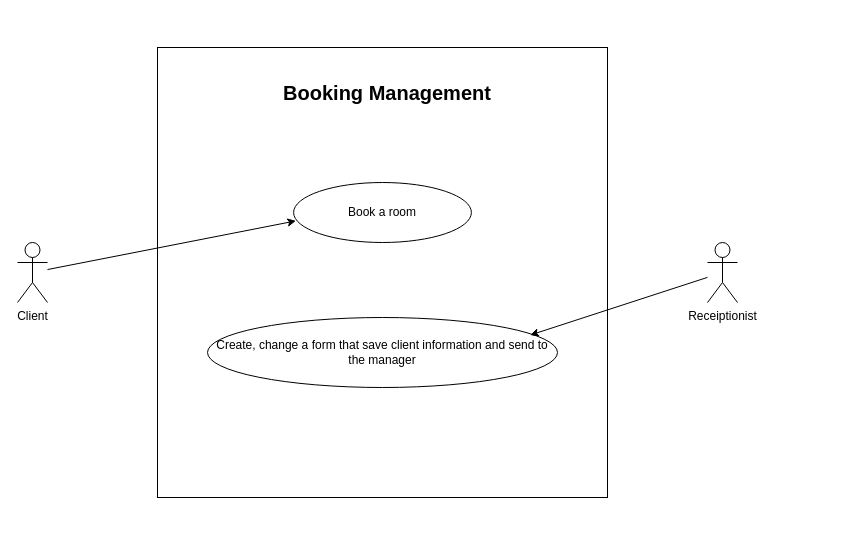
Above: Booking.drawio in DuongHoang2111/se-mid-term (draw.io), before the change. Source tidied: cells renumbered, new cells numbered last; positions are measured from the earlier drawing's top-left corner, leaving out a move shared by most shapes. Both pictures are drawn from the tidied source at 100%, with x=0, y=0 at pixel (17, 47).
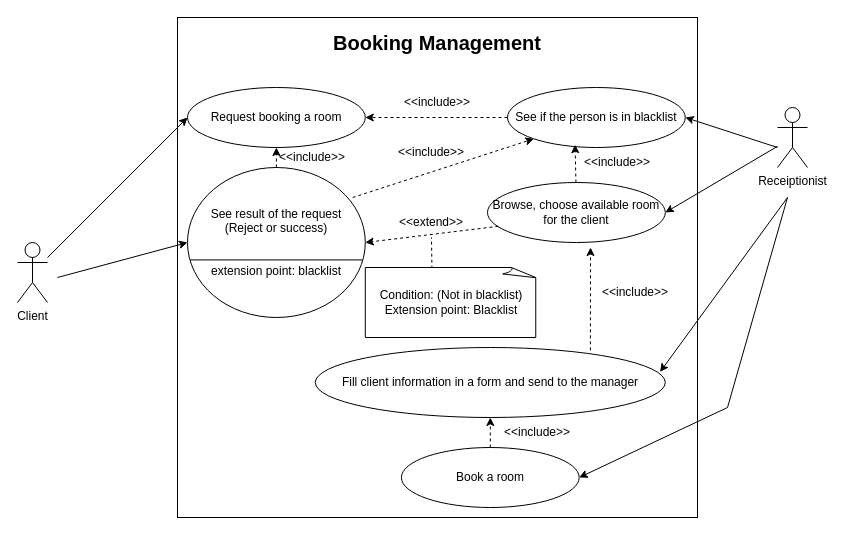
Above is the later version.

Commit message:
Cập nhật Booking.drawio

The change refers to these unchanged cells:
```xml
<mxCell id="6" value="Client" style="shape=umlActor;verticalLabelPosition=bottom;verticalAlign=top;html=1;outlineConnect=0;" parent="1" vertex="1">
  <mxGeometry y="195" width="30" height="60" as="geometry" />
</mxCell>
```

Diff of the diagram source:
```diff
@@
     <mxCell id="2" style="whiteSpace=wrap;html=1;" parent="1" vertex="1">
-      <mxGeometry x="140" width="450" height="450" as="geometry" />
+      <mxGeometry x="160" y="-30" width="520" height="500" as="geometry" />
     </mxCell>
-    <mxCell id="3" value="Create, change a form that save client information and send to the manager" style="ellipse;whiteSpace=wrap;html=1;" parent="1" vertex="1">
-      <mxGeometry x="190" y="270" width="350" height="70" as="geometry" />
+    <mxCell id="3" value="Fill client information in a form and send to the manager" style="ellipse;whiteSpace=wrap;html=1;" parent="1" vertex="1">
+      <mxGeometry x="297.8" y="300" width="350" height="70" as="geometry" />
     </mxCell>
-    <mxCell id="4" value="Book a room" style="ellipse;whiteSpace=wrap;html=1;" parent="1" vertex="1">
-      <mxGeometry x="276.1" y="135" width="177.8" height="60" as="geometry" />
-    </mxCell>
     <mxCell id="5" value="Booking Management" style="text;html=1;strokeColor=none;fillColor=none;align=center;verticalAlign=middle;whiteSpace=wrap;rounded=0;fontSize=20;fontStyle=1;" parent="1" vertex="1">
-      <mxGeometry x="220" y="30" width="300" height="30" as="geometry" />
+      <mxGeometry x="270" y="-20" width="300" height="30" as="geometry" />
     </mxCell>
@@
     <mxCell id="7" value="Receiptionist" style="shape=umlActor;verticalLabelPosition=bottom;verticalAlign=top;html=1;outlineConnect=0;" parent="1" vertex="1">
-      <mxGeometry x="690" y="195" width="30" height="60" as="geometry" />
+      <mxGeometry x="760" y="60" width="30" height="60" as="geometry" />
     </mxCell>
-    <mxCell id="8" style="endArrow=classic;html=1;rounded=0;entryX=0.013;entryY=0.64;entryDx=0;entryDy=0;entryPerimeter=0;" parent="1" edge="1" source="6" target="4">
-      <mxGeometry relative="1" as="geometry" />
-    </mxCell>
-    <mxCell id="9" style="endArrow=classic;html=1;rounded=0;entryX=0.922;entryY=0.251;entryDx=0;entryDy=0;entryPerimeter=0;" parent="1" edge="1" source="7" target="3">
+    <mxCell id="9" style="endArrow=classic;html=1;rounded=0;entryX=1;entryY=0.5;entryDx=0;entryDy=0;" parent="1" edge="1" source="7" target="12">
       <mxGeometry relative="1" as="geometry" />
     </mxCell>
+    <mxCell id="10" style="endArrow=classic;html=1;rounded=0;entryX=0;entryY=0.5;entryDx=0;entryDy=0;" parent="1" edge="1" source="6" target="11">
+      <mxGeometry relative="1" as="geometry" />
+    </mxCell>
+    <mxCell id="11" value="Request booking a room" style="ellipse;whiteSpace=wrap;html=1;" parent="1" vertex="1">
+      <mxGeometry x="170" y="40" width="177.8" height="60" as="geometry" />
+    </mxCell>
+    <mxCell id="12" value="Browse, choose available room for the client" style="ellipse;whiteSpace=wrap;html=1;" parent="1" vertex="1">
+      <mxGeometry x="470" y="135" width="177.8" height="60" as="geometry" />
+    </mxCell>
+    <mxCell id="13" style="endArrow=classic;html=1;rounded=0;dashed=1;exitX=0.786;exitY=0.04;exitDx=0;exitDy=0;exitPerimeter=0;" parent="1" edge="1" source="3">
+      <mxGeometry relative="1" as="geometry">
+        <mxPoint x="573" y="200" as="targetPoint" />
+      </mxGeometry>
+    </mxCell>
+    <mxCell id="14" value="&amp;lt;&amp;lt;include&amp;gt;&amp;gt;" style="text;html=1;strokeColor=none;fillColor=none;align=center;verticalAlign=middle;whiteSpace=wrap;rounded=0;" parent="1" vertex="1">
+      <mxGeometry x="587.8" y="230" width="60" height="30" as="geometry" />
+    </mxCell>
+    <mxCell id="4" value="Book a room" style="ellipse;whiteSpace=wrap;html=1;" parent="1" vertex="1">
+      <mxGeometry x="383.9" y="400" width="177.8" height="60" as="geometry" />
+    </mxCell>
+    <mxCell id="15" style="endArrow=classic;html=1;rounded=0;entryX=0.5;entryY=1;entryDx=0;entryDy=0;dashed=1;exitX=0.5;exitY=0;exitDx=0;exitDy=0;" parent="1" edge="1" source="4" target="3">
+      <mxGeometry relative="1" as="geometry" />
+    </mxCell>
+    <mxCell id="16" value="&amp;lt;&amp;lt;include&amp;gt;&amp;gt;" style="text;html=1;strokeColor=none;fillColor=none;align=center;verticalAlign=middle;whiteSpace=wrap;rounded=0;" parent="1" vertex="1">
+      <mxGeometry x="490" y="370" width="60" height="30" as="geometry" />
+    </mxCell>
+    <mxCell id="17" style="endArrow=classic;html=1;rounded=0;entryX=1;entryY=0.5;entryDx=0;entryDy=0;" parent="1" edge="1" target="18">
+      <mxGeometry relative="1" as="geometry">
+        <mxPoint x="760" y="100" as="sourcePoint" />
+      </mxGeometry>
+    </mxCell>
+    <mxCell id="18" value="See if the person is in blacklist" style="ellipse;whiteSpace=wrap;html=1;" parent="1" vertex="1">
+      <mxGeometry x="490" y="40" width="177.8" height="60" as="geometry" />
+    </mxCell>
+    <mxCell id="19" style="endArrow=classic;html=1;rounded=0;dashed=1;entryX=0.38;entryY=0.953;entryDx=0;entryDy=0;entryPerimeter=0;" parent="1" edge="1" source="12" target="18">
+      <mxGeometry relative="1" as="geometry" />
+    </mxCell>
+    <mxCell id="20" value="&amp;lt;&amp;lt;include&amp;gt;&amp;gt;" style="text;html=1;strokeColor=none;fillColor=none;align=center;verticalAlign=middle;whiteSpace=wrap;rounded=0;" parent="1" vertex="1">
+      <mxGeometry x="570" y="100" width="60" height="30" as="geometry" />
+    </mxCell>
+    <mxCell id="21" value="See result of the request&lt;br&gt;(Reject or success)&lt;br&gt;&lt;br&gt;&lt;br&gt;extension point: blacklist" style="ellipse;whiteSpace=wrap;html=1;" parent="1" vertex="1">
+      <mxGeometry x="170" y="120" width="177.8" height="150" as="geometry" />
+    </mxCell>
+    <mxCell id="22" style="endArrow=classic;html=1;rounded=0;entryX=1;entryY=0.5;entryDx=0;entryDy=0;dashed=1;exitX=0;exitY=0.5;exitDx=0;exitDy=0;" parent="1" edge="1" source="18" target="11">
+      <mxGeometry relative="1" as="geometry" />
+    </mxCell>
+    <mxCell id="23" style="endArrow=classic;html=1;rounded=0;entryX=0;entryY=1;entryDx=0;entryDy=0;dashed=1;exitX=0.929;exitY=0.2;exitDx=0;exitDy=0;exitPerimeter=0;" parent="1" edge="1" source="21" target="18">
+      <mxGeometry relative="1" as="geometry" />
+    </mxCell>
+    <mxCell id="24" style="endArrow=classic;html=1;rounded=0;exitX=0.061;exitY=0.73;exitDx=0;exitDy=0;entryX=1;entryY=0.5;entryDx=0;entryDy=0;dashed=1;exitPerimeter=0;" parent="1" edge="1" source="12" target="21">
+      <mxGeometry relative="1" as="geometry" />
+    </mxCell>
+    <mxCell id="25" value="&amp;lt;&amp;lt;include&amp;gt;&amp;gt;" style="text;html=1;strokeColor=none;fillColor=none;align=center;verticalAlign=middle;whiteSpace=wrap;rounded=0;" parent="1" vertex="1">
+      <mxGeometry x="390" y="40" width="60" height="30" as="geometry" />
+    </mxCell>
+    <mxCell id="26" value="&amp;lt;&amp;lt;include&amp;gt;&amp;gt;" style="text;html=1;strokeColor=none;fillColor=none;align=center;verticalAlign=middle;whiteSpace=wrap;rounded=0;" parent="1" vertex="1">
+      <mxGeometry x="270" y="100" width="50" height="20" as="geometry" />
+    </mxCell>
+    <mxCell id="27" value="&amp;lt;&amp;lt;include&amp;gt;&amp;gt;" style="text;html=1;strokeColor=none;fillColor=none;align=center;verticalAlign=middle;whiteSpace=wrap;rounded=0;" parent="1" vertex="1">
+      <mxGeometry x="383.9" y="90" width="60" height="30" as="geometry" />
+    </mxCell>
+    <mxCell id="28" value="&amp;lt;&amp;lt;extend&amp;gt;&amp;gt;" style="text;html=1;strokeColor=none;fillColor=none;align=center;verticalAlign=middle;whiteSpace=wrap;rounded=0;" parent="1" vertex="1">
+      <mxGeometry x="383.9" y="160" width="60" height="30" as="geometry" />
+    </mxCell>
+    <mxCell id="29" style="endArrow=none;dashed=1;html=1;rounded=0;exitX=0.387;exitY=0.017;exitDx=0;exitDy=0;exitPerimeter=0;" parent="1" edge="1" source="30">
+      <mxGeometry relative="1" as="geometry">
+        <mxPoint x="414" y="190" as="targetPoint" />
+      </mxGeometry>
+    </mxCell>
+    <mxCell id="30" value="Condition: (Not in blacklist)&lt;br&gt;Extension point: Blacklist" style="whiteSpace=wrap;html=1;shape=mxgraph.basic.document;" parent="1" vertex="1">
+      <mxGeometry x="347.8" y="220" width="172.2" height="70" as="geometry" />
+    </mxCell>
+    <mxCell id="31" style="endArrow=none;html=1;rounded=0;exitX=0.016;exitY=0.616;exitDx=0;exitDy=0;exitPerimeter=0;entryX=0.983;entryY=0.616;entryDx=0;entryDy=0;entryPerimeter=0;" parent="1" edge="1" source="21" target="21">
+      <mxGeometry relative="1" as="geometry" />
+    </mxCell>
+    <mxCell id="32" style="endArrow=classic;html=1;rounded=0;entryX=0.985;entryY=0.349;entryDx=0;entryDy=0;entryPerimeter=0;" parent="1" edge="1" target="3">
+      <mxGeometry relative="1" as="geometry">
+        <mxPoint x="770" y="150" as="sourcePoint" />
+      </mxGeometry>
+    </mxCell>
+    <mxCell id="33" style="endArrow=classic;html=1;rounded=0;entryX=1;entryY=0.5;entryDx=0;entryDy=0;" parent="1" edge="1" target="4">
+      <mxGeometry relative="1" as="geometry">
+        <mxPoint x="770" y="150" as="sourcePoint" />
+        <Array as="points">
+          <mxPoint x="710" y="360" />
+        </Array>
+      </mxGeometry>
+    </mxCell>
+    <mxCell id="34" style="endArrow=classic;html=1;rounded=0;entryX=0;entryY=0.5;entryDx=0;entryDy=0;" parent="1" edge="1" target="21">
+      <mxGeometry relative="1" as="geometry">
+        <mxPoint x="40" y="230" as="sourcePoint" />
+      </mxGeometry>
+    </mxCell>
+    <mxCell id="35" style="endArrow=classic;html=1;rounded=0;entryX=0.5;entryY=1;entryDx=0;entryDy=0;exitX=0.5;exitY=0;exitDx=0;exitDy=0;dashed=1;" parent="1" edge="1" source="21" target="11">
+      <mxGeometry relative="1" as="geometry" />
+    </mxCell>
```
